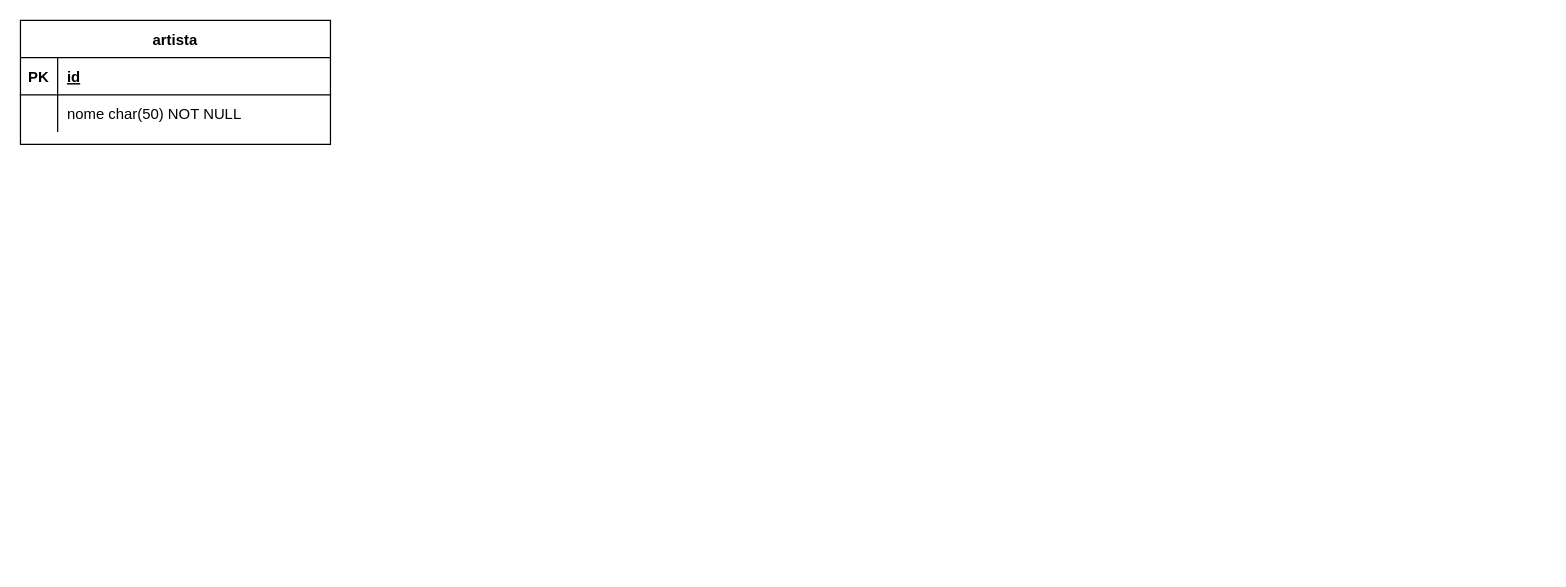
Before: ERD_first_sample.drawio in fernando-mashimo/trybe-SQL_ERD, a draw.io diagram. Source tidied: cells renumbered, new cells numbered last; positions are measured from the earlier drawing's top-left corner, leaving out a move shared by most shapes. Both pictures are drawn from the tidied source at 124%, with x=0, y=0 at pixel (20, 20).
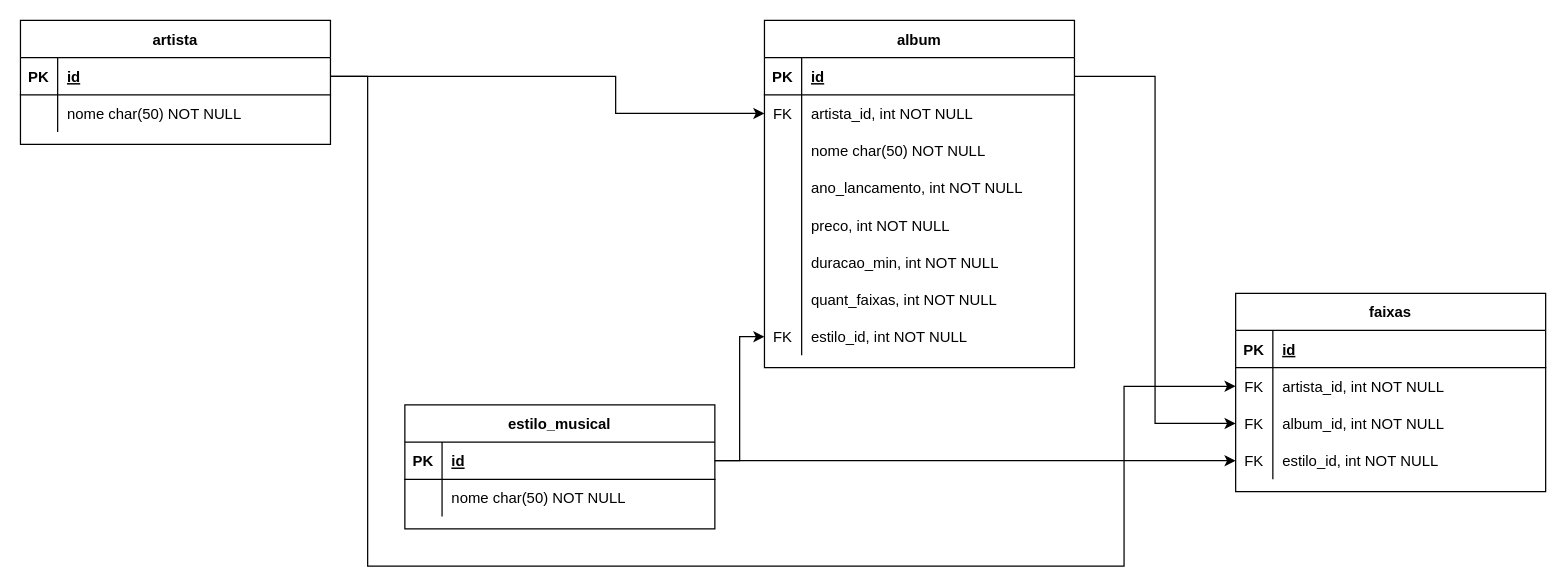
The same page after the edit.

Unchanged cells that the change refers to:
```xml
<mxCell id="3" style="shape=partialRectangle;fillColor=none;points=[[0,0.5],[1,0.5]];portConstraint=eastwest;top=0;left=0;right=0;bottom=1;" parent="2" vertex="1">
  <mxGeometry y="30" width="250" height="30" as="geometry" />
</mxCell>
```

Change to the diagram source:
```diff
@@
+    <mxCell id="9" value="album" style="shape=table;startSize=30;childLayout=tableLayout;rowLines=0;fontStyle=1;align=center;" parent="1" vertex="1">
+      <mxGeometry x="600" width="250" height="280" as="geometry" />
+    </mxCell>
+    <mxCell id="10" style="shape=partialRectangle;fillColor=none;points=[[0,0.5],[1,0.5]];portConstraint=eastwest;top=0;left=0;right=0;bottom=1;" parent="9" vertex="1">
+      <mxGeometry y="30" width="250" height="30" as="geometry" />
+    </mxCell>
+    <mxCell id="11" value="PK" style="shape=partialRectangle;overflow=hidden;fillColor=none;top=0;left=0;bottom=0;right=0;fontStyle=1;" parent="10" vertex="1">
+      <mxGeometry width="30" height="30" as="geometry" />
+    </mxCell>
+    <mxCell id="12" value="id" style="shape=partialRectangle;overflow=hidden;fillColor=none;top=0;left=0;bottom=0;right=0;align=left;spacingLeft=6;fontStyle=5;" parent="10" vertex="1">
+      <mxGeometry x="30" width="220" height="30" as="geometry" />
+    </mxCell>
+    <mxCell id="13" style="shape=partialRectangle;fillColor=none;points=[[0,0.5],[1,0.5]];portConstraint=eastwest;top=0;left=0;right=0;bottom=0;" parent="9" vertex="1">
+      <mxGeometry y="60" width="250" height="30" as="geometry" />
+    </mxCell>
+    <mxCell id="14" value="FK" style="shape=partialRectangle;overflow=hidden;fillColor=none;top=0;left=0;bottom=0;right=0;" parent="13" vertex="1">
+      <mxGeometry width="30" height="30" as="geometry" />
+    </mxCell>
+    <mxCell id="15" value="artista_id, int NOT NULL" style="shape=partialRectangle;overflow=hidden;fillColor=none;top=0;left=0;bottom=0;right=0;align=left;spacingLeft=6;" parent="13" vertex="1">
+      <mxGeometry x="30" width="220" height="30" as="geometry" />
+    </mxCell>
+    <mxCell id="16" style="shape=partialRectangle;fillColor=none;top=0;left=0;right=0;bottom=0;" parent="9" vertex="1">
+      <mxGeometry y="90" width="250" height="30" as="geometry" />
+    </mxCell>
+    <mxCell id="17" style="shape=partialRectangle;overflow=hidden;fillColor=none;top=0;left=0;bottom=0;right=0;" parent="16" vertex="1">
+      <mxGeometry width="30" height="30" as="geometry" />
+    </mxCell>
+    <mxCell id="18" value="nome char(50) NOT NULL" style="shape=partialRectangle;overflow=hidden;fillColor=none;top=0;left=0;bottom=0;right=0;align=left;spacingLeft=6;" parent="16" vertex="1">
+      <mxGeometry x="30" width="220" height="30" as="geometry" />
+    </mxCell>
+    <mxCell id="19" style="shape=partialRectangle;fillColor=none;top=0;left=0;right=0;bottom=0;" parent="9" vertex="1">
+      <mxGeometry y="120" width="250" height="30" as="geometry" />
+    </mxCell>
+    <mxCell id="20" style="shape=partialRectangle;overflow=hidden;fillColor=none;top=0;left=0;bottom=0;right=0;" parent="19" vertex="1">
+      <mxGeometry width="30" height="30" as="geometry" />
+    </mxCell>
+    <mxCell id="21" value="ano_lancamento, int NOT NULL" style="shape=partialRectangle;overflow=hidden;fillColor=none;top=0;left=0;bottom=0;right=0;align=left;spacingLeft=6;" parent="19" vertex="1">
+      <mxGeometry x="30" width="220" height="30" as="geometry" />
+    </mxCell>
+    <mxCell id="22" style="shape=partialRectangle;fillColor=none;top=0;left=0;right=0;bottom=0;" parent="9" vertex="1">
+      <mxGeometry y="150" width="250" height="30" as="geometry" />
+    </mxCell>
+    <mxCell id="23" style="shape=partialRectangle;overflow=hidden;fillColor=none;top=0;left=0;bottom=0;right=0;" parent="22" vertex="1">
+      <mxGeometry width="30" height="30" as="geometry" />
+    </mxCell>
+    <mxCell id="24" value="preco, int NOT NULL" style="shape=partialRectangle;overflow=hidden;fillColor=none;top=0;left=0;bottom=0;right=0;align=left;spacingLeft=6;" parent="22" vertex="1">
+      <mxGeometry x="30" width="220" height="30" as="geometry" />
+    </mxCell>
+    <mxCell id="25" style="shape=partialRectangle;fillColor=none;top=0;left=0;right=0;bottom=0;" parent="9" vertex="1">
+      <mxGeometry y="180" width="250" height="30" as="geometry" />
+    </mxCell>
+    <mxCell id="26" style="shape=partialRectangle;overflow=hidden;fillColor=none;top=0;left=0;bottom=0;right=0;" parent="25" vertex="1">
+      <mxGeometry width="30" height="30" as="geometry" />
+    </mxCell>
+    <mxCell id="27" value="duracao_min, int NOT NULL" style="shape=partialRectangle;overflow=hidden;fillColor=none;top=0;left=0;bottom=0;right=0;align=left;spacingLeft=6;" parent="25" vertex="1">
+      <mxGeometry x="30" width="220" height="30" as="geometry" />
+    </mxCell>
+    <mxCell id="28" style="shape=partialRectangle;fillColor=none;top=0;left=0;right=0;bottom=0;" parent="9" vertex="1">
+      <mxGeometry y="210" width="250" height="30" as="geometry" />
+    </mxCell>
+    <mxCell id="29" style="shape=partialRectangle;overflow=hidden;fillColor=none;top=0;left=0;bottom=0;right=0;" parent="28" vertex="1">
+      <mxGeometry width="30" height="30" as="geometry" />
+    </mxCell>
+    <mxCell id="30" value="quant_faixas, int NOT NULL" style="shape=partialRectangle;overflow=hidden;fillColor=none;top=0;left=0;bottom=0;right=0;align=left;spacingLeft=6;" parent="28" vertex="1">
+      <mxGeometry x="30" width="220" height="30" as="geometry" />
+    </mxCell>
+    <mxCell id="31" style="shape=partialRectangle;fillColor=none;points=[[0,0.5],[1,0.5]];portConstraint=eastwest;top=0;left=0;right=0;bottom=0;" parent="9" vertex="1">
+      <mxGeometry y="240" width="250" height="30" as="geometry" />
+    </mxCell>
+    <mxCell id="32" value="FK" style="shape=partialRectangle;overflow=hidden;fillColor=none;top=0;left=0;bottom=0;right=0;" parent="31" vertex="1">
+      <mxGeometry width="30" height="30" as="geometry" />
+    </mxCell>
+    <mxCell id="33" value="estilo_id, int NOT NULL" style="shape=partialRectangle;overflow=hidden;fillColor=none;top=0;left=0;bottom=0;right=0;align=left;spacingLeft=6;" parent="31" vertex="1">
+      <mxGeometry x="30" width="220" height="30" as="geometry" />
+    </mxCell>
+    <mxCell id="34" value="faixas" style="shape=table;startSize=30;childLayout=tableLayout;rowLines=0;fontStyle=1;align=center;" parent="1" vertex="1">
+      <mxGeometry x="980" y="220" width="250" height="160" as="geometry" />
+    </mxCell>
+    <mxCell id="35" style="shape=partialRectangle;fillColor=none;top=0;left=0;right=0;bottom=1;" parent="34" vertex="1">
+      <mxGeometry y="30" width="250" height="30" as="geometry" />
+    </mxCell>
+    <mxCell id="36" value="PK" style="shape=partialRectangle;overflow=hidden;fillColor=none;top=0;left=0;bottom=0;right=0;fontStyle=1;" parent="35" vertex="1">
+      <mxGeometry width="30" height="30" as="geometry" />
+    </mxCell>
+    <mxCell id="37" value="id" style="shape=partialRectangle;overflow=hidden;fillColor=none;top=0;left=0;bottom=0;right=0;align=left;spacingLeft=6;fontStyle=5;" parent="35" vertex="1">
+      <mxGeometry x="30" width="220" height="30" as="geometry" />
+    </mxCell>
+    <mxCell id="38" style="shape=partialRectangle;fillColor=none;points=[[0,0.5],[1,0.5]];portConstraint=eastwest;top=0;left=0;right=0;bottom=0;" parent="34" vertex="1">
+      <mxGeometry y="60" width="250" height="30" as="geometry" />
+    </mxCell>
+    <mxCell id="39" value="FK" style="shape=partialRectangle;overflow=hidden;fillColor=none;top=0;left=0;bottom=0;right=0;" parent="38" vertex="1">
+      <mxGeometry width="30" height="30" as="geometry" />
+    </mxCell>
+    <mxCell id="40" value="artista_id, int NOT NULL" style="shape=partialRectangle;overflow=hidden;fillColor=none;top=0;left=0;bottom=0;right=0;align=left;spacingLeft=6;" parent="38" vertex="1">
+      <mxGeometry x="30" width="220" height="30" as="geometry" />
+    </mxCell>
+    <mxCell id="41" style="shape=partialRectangle;fillColor=none;points=[[0,0.5],[1,0.5]];portConstraint=eastwest;top=0;left=0;right=0;bottom=0;" parent="34" vertex="1">
+      <mxGeometry y="90" width="250" height="30" as="geometry" />
+    </mxCell>
+    <mxCell id="42" value="FK" style="shape=partialRectangle;overflow=hidden;fillColor=none;top=0;left=0;bottom=0;right=0;" parent="41" vertex="1">
+      <mxGeometry width="30" height="30" as="geometry" />
+    </mxCell>
+    <mxCell id="43" value="album_id, int NOT NULL" style="shape=partialRectangle;overflow=hidden;fillColor=none;top=0;left=0;bottom=0;right=0;align=left;spacingLeft=6;" parent="41" vertex="1">
+      <mxGeometry x="30" width="220" height="30" as="geometry" />
+    </mxCell>
+    <mxCell id="44" style="shape=partialRectangle;fillColor=none;points=[[0,0.5],[1,0.5]];portConstraint=eastwest;top=0;left=0;right=0;bottom=0;" parent="34" vertex="1">
+      <mxGeometry y="120" width="250" height="30" as="geometry" />
+    </mxCell>
+    <mxCell id="45" value="FK" style="shape=partialRectangle;overflow=hidden;fillColor=none;top=0;left=0;bottom=0;right=0;" parent="44" vertex="1">
+      <mxGeometry width="30" height="30" as="geometry" />
+    </mxCell>
+    <mxCell id="46" value="estilo_id, int NOT NULL" style="shape=partialRectangle;overflow=hidden;fillColor=none;top=0;left=0;bottom=0;right=0;align=left;spacingLeft=6;" parent="44" vertex="1">
+      <mxGeometry x="30" width="220" height="30" as="geometry" />
+    </mxCell>
+    <mxCell id="47" value="estilo_musical" style="shape=table;startSize=30;childLayout=tableLayout;rowLines=0;fontStyle=1;align=center;" parent="1" vertex="1">
+      <mxGeometry x="310" y="310" width="250" height="100" as="geometry" />
+    </mxCell>
+    <mxCell id="48" style="shape=partialRectangle;fillColor=none;points=[[0,0.5],[1,0.5]];portConstraint=eastwest;top=0;left=0;right=0;bottom=1;" parent="47" vertex="1">
+      <mxGeometry y="30" width="250" height="30" as="geometry" />
+    </mxCell>
+    <mxCell id="49" value="PK" style="shape=partialRectangle;overflow=hidden;fillColor=none;top=0;left=0;bottom=0;right=0;fontStyle=1;" parent="48" vertex="1">
+      <mxGeometry width="30" height="30" as="geometry" />
+    </mxCell>
+    <mxCell id="50" value="id" style="shape=partialRectangle;overflow=hidden;fillColor=none;top=0;left=0;bottom=0;right=0;align=left;spacingLeft=6;fontStyle=5;" parent="48" vertex="1">
+      <mxGeometry x="30" width="220" height="30" as="geometry" />
+    </mxCell>
+    <mxCell id="51" style="shape=partialRectangle;fillColor=none;top=0;left=0;right=0;bottom=0;" parent="47" vertex="1">
+      <mxGeometry y="60" width="250" height="30" as="geometry" />
+    </mxCell>
+    <mxCell id="52" style="shape=partialRectangle;overflow=hidden;fillColor=none;top=0;left=0;bottom=0;right=0;" parent="51" vertex="1">
+      <mxGeometry width="30" height="30" as="geometry" />
+    </mxCell>
+    <mxCell id="53" value="nome char(50) NOT NULL" style="shape=partialRectangle;overflow=hidden;fillColor=none;top=0;left=0;bottom=0;right=0;align=left;spacingLeft=6;" parent="51" vertex="1">
+      <mxGeometry x="30" width="220" height="30" as="geometry" />
+    </mxCell>
+    <mxCell id="54" style="edgeStyle=orthogonalEdgeStyle;rounded=0;jettySize=auto;html=1;exitX=1;exitY=0.5;exitDx=0;exitDy=0;entryX=0;entryY=0.5;entryDx=0;entryDy=0;" parent="1" edge="1" source="3" target="13">
+      <mxGeometry relative="1" as="geometry">
+        <Array as="points">
+          <mxPoint x="480" y="45" />
+          <mxPoint x="480" y="75" />
+        </Array>
+      </mxGeometry>
+    </mxCell>
+    <mxCell id="55" style="edgeStyle=orthogonalEdgeStyle;rounded=0;jettySize=auto;html=1;exitX=1;exitY=0.5;exitDx=0;exitDy=0;entryX=0;entryY=0.5;entryDx=0;entryDy=0;" parent="1" edge="1" source="3" target="38">
+      <mxGeometry relative="1" as="geometry">
+        <Array as="points">
+          <mxPoint x="280" y="45" />
+          <mxPoint x="280" y="440" />
+          <mxPoint x="890" y="440" />
+          <mxPoint x="890" y="295" />
+        </Array>
+      </mxGeometry>
+    </mxCell>
+    <mxCell id="56" style="edgeStyle=orthogonalEdgeStyle;rounded=0;jettySize=auto;html=1;exitX=1;exitY=0.5;exitDx=0;exitDy=0;entryX=0;entryY=0.5;entryDx=0;entryDy=0;" parent="1" edge="1" source="10" target="41">
+      <mxGeometry relative="1" as="geometry" />
+    </mxCell>
+    <mxCell id="57" style="edgeStyle=orthogonalEdgeStyle;rounded=0;jettySize=auto;html=1;exitX=1;exitY=0.5;exitDx=0;exitDy=0;entryX=0;entryY=0.5;entryDx=0;entryDy=0;" parent="1" edge="1" source="48" target="44">
+      <mxGeometry relative="1" as="geometry" />
+    </mxCell>
+    <mxCell id="58" style="edgeStyle=orthogonalEdgeStyle;rounded=0;jettySize=auto;html=1;exitX=1;exitY=0.5;exitDx=0;exitDy=0;entryX=0;entryY=0.5;entryDx=0;entryDy=0;" parent="1" edge="1" source="48" target="31">
+      <mxGeometry relative="1" as="geometry" />
+    </mxCell>
```
